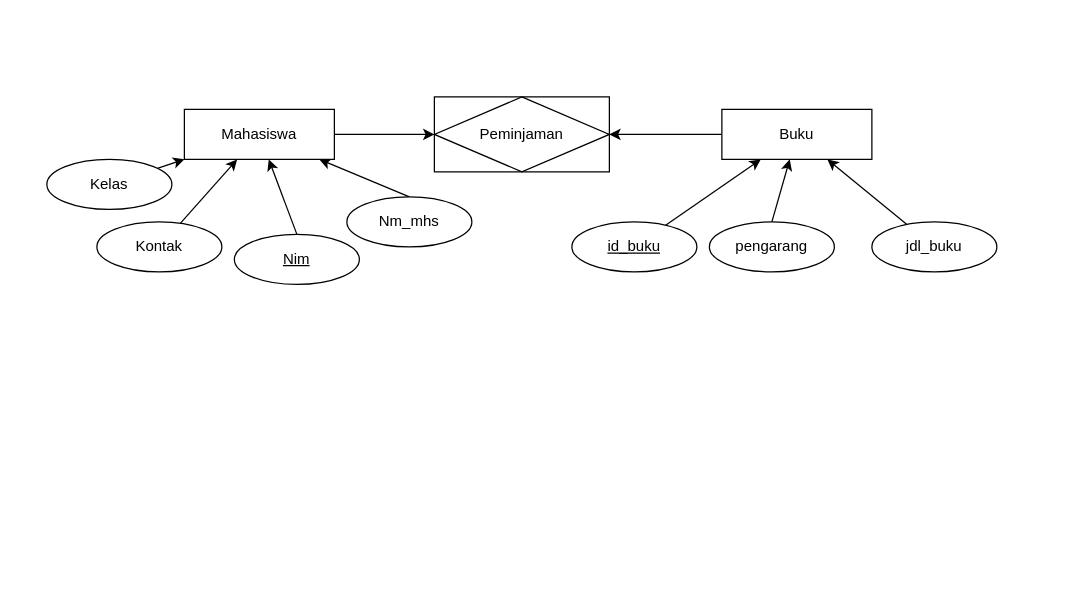
hasbisdqi/manajemen-basis-data keeps this draw.io diagram as MBD-1.drawio. Above is the earlier version. Source tidied: cells renumbered, new cells numbered last; positions are measured from the earlier drawing's top-left corner, leaving out a move shared by most shapes. Both pictures are drawn from the tidied source at 125%, with x=0, y=0 at pixel (46, 96).
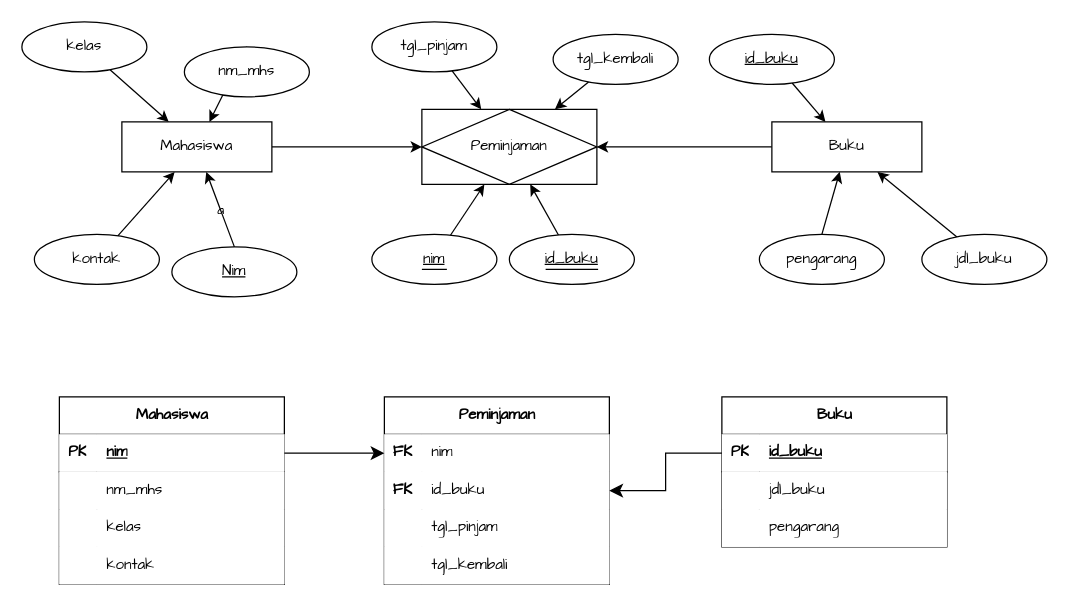
The same page after the edit.

Change to the diagram source:
```diff
@@
-    <mxCell id="2" style="rounded=0;jettySize=auto;html=1;entryX=0.5;entryY=0;entryDx=0;entryDy=0;endArrow=none;endFill=0;startArrow=classic;startFill=1;" parent="1" edge="1" source="6" target="7">
+    <mxCell id="2" value="a" style="rounded=0;jettySize=auto;html=1;entryX=0.5;entryY=0;entryDx=0;entryDy=0;endArrow=none;endFill=0;startArrow=classic;startFill=1;labelBackgroundColor=none;fontColor=default;fontFamily=Architects Daughter;shadow=0;" parent="1" edge="1" source="6" target="7">
       <mxGeometry relative="1" as="geometry" />
     </mxCell>
-    <mxCell id="3" style="rounded=0;jettySize=auto;html=1;entryX=0.5;entryY=0;entryDx=0;entryDy=0;endArrow=none;endFill=0;startArrow=classic;startFill=1;" parent="1" edge="1" source="6" target="8">
+    <mxCell id="3" style="rounded=0;jettySize=auto;html=1;entryX=0.5;entryY=0;entryDx=0;entryDy=0;endArrow=none;endFill=0;startArrow=classic;startFill=1;labelBackgroundColor=none;fontColor=default;fontFamily=Architects Daughter;shadow=0;" parent="1" edge="1" source="6" target="8">
       <mxGeometry relative="1" as="geometry" />
     </mxCell>
-    <mxCell id="4" style="rounded=0;jettySize=auto;html=1;endArrow=none;endFill=0;startArrow=classic;startFill=1;" parent="1" edge="1" source="6" target="9">
+    <mxCell id="4" style="rounded=0;jettySize=auto;html=1;endArrow=none;endFill=0;startArrow=classic;startFill=1;labelBackgroundColor=none;fontColor=default;fontFamily=Architects Daughter;shadow=0;" parent="1" edge="1" source="6" target="9">
       <mxGeometry relative="1" as="geometry" />
     </mxCell>
-    <mxCell id="5" style="edgeStyle=orthogonalEdgeStyle;rounded=0;jettySize=auto;html=1;" parent="1" edge="1" source="6" target="20">
+    <mxCell id="5" style="edgeStyle=orthogonalEdgeStyle;rounded=0;jettySize=auto;html=1;labelBackgroundColor=none;fontColor=default;fontFamily=Architects Daughter;shadow=0;" parent="1" edge="1" source="6" target="20">
       <mxGeometry relative="1" as="geometry" />
     </mxCell>
-    <mxCell id="6" value="Mahasiswa" style="whiteSpace=wrap;html=1;align=center;" parent="1" vertex="1">
-      <mxGeometry x="110" y="10" width="120" height="40" as="geometry" />
+    <mxCell id="6" value="Mahasiswa" style="whiteSpace=wrap;html=1;align=center;rounded=0;labelBackgroundColor=none;fontFamily=Architects Daughter;shadow=0;" parent="1" vertex="1">
+      <mxGeometry x="60" y="20" width="120" height="40" as="geometry" />
     </mxCell>
-    <mxCell id="7" value="&lt;u&gt;Nim&lt;/u&gt;" style="ellipse;whiteSpace=wrap;html=1;align=center;" parent="1" vertex="1">
-      <mxGeometry x="150" y="110" width="100" height="40" as="geometry" />
+    <mxCell id="7" value="&lt;u&gt;Nim&lt;/u&gt;" style="ellipse;whiteSpace=wrap;html=1;align=center;rounded=0;labelBackgroundColor=none;fontFamily=Architects Daughter;shadow=0;" parent="1" vertex="1">
+      <mxGeometry x="100" y="120" width="100" height="40" as="geometry" />
     </mxCell>
-    <mxCell id="8" value="Nm_mhs" style="ellipse;whiteSpace=wrap;html=1;align=center;" parent="1" vertex="1">
-      <mxGeometry x="240" y="80" width="100" height="40" as="geometry" />
+    <mxCell id="8" value="nm_mhs" style="ellipse;whiteSpace=wrap;html=1;align=center;rounded=0;labelBackgroundColor=none;fontFamily=Architects Daughter;shadow=0;" parent="1" vertex="1">
+      <mxGeometry x="110" y="-40" width="100" height="40" as="geometry" />
     </mxCell>
-    <mxCell id="9" value="Kontak" style="ellipse;whiteSpace=wrap;html=1;align=center;" parent="1" vertex="1">
-      <mxGeometry x="40" y="100" width="100" height="40" as="geometry" />
+    <mxCell id="9" value="kontak" style="ellipse;whiteSpace=wrap;html=1;align=center;rounded=0;labelBackgroundColor=none;fontFamily=Architects Daughter;shadow=0;" parent="1" vertex="1">
+      <mxGeometry x="-10" y="110" width="100" height="40" as="geometry" />
     </mxCell>
-    <mxCell id="10" style="rounded=0;jettySize=auto;html=1;endArrow=none;endFill=0;startArrow=classic;startFill=1;" parent="1" edge="1" source="6" target="11">
+    <mxCell id="10" style="rounded=0;jettySize=auto;html=1;endArrow=none;endFill=0;startArrow=classic;startFill=1;labelBackgroundColor=none;fontColor=default;fontFamily=Architects Daughter;shadow=0;" parent="1" edge="1" source="6" target="11">
       <mxGeometry relative="1" as="geometry" />
     </mxCell>
-    <mxCell id="11" value="Kelas" style="ellipse;whiteSpace=wrap;html=1;align=center;" parent="1" vertex="1">
-      <mxGeometry y="50" width="100" height="40" as="geometry" />
+    <mxCell id="11" value="kelas" style="ellipse;whiteSpace=wrap;html=1;align=center;rounded=0;labelBackgroundColor=none;fontFamily=Architects Daughter;shadow=0;" parent="1" vertex="1">
+      <mxGeometry x="-20" y="-60" width="100" height="40" as="geometry" />
     </mxCell>
-    <mxCell id="12" style="rounded=0;jettySize=auto;html=1;entryX=0.5;entryY=0;entryDx=0;entryDy=0;endArrow=none;endFill=0;startArrow=classic;startFill=1;" parent="1" edge="1" source="15" target="16">
+    <mxCell id="12" style="rounded=0;jettySize=auto;html=1;entryX=0.5;entryY=0;entryDx=0;entryDy=0;endArrow=none;endFill=0;startArrow=classic;startFill=1;labelBackgroundColor=none;fontColor=default;fontFamily=Architects Daughter;shadow=0;" parent="1" edge="1" source="15" target="16">
       <mxGeometry relative="1" as="geometry" />
     </mxCell>
-    <mxCell id="13" style="rounded=0;jettySize=auto;html=1;endArrow=none;endFill=0;startArrow=classic;startFill=1;" parent="1" edge="1" source="15" target="17">
+    <mxCell id="13" style="rounded=0;jettySize=auto;html=1;endArrow=none;endFill=0;startArrow=classic;startFill=1;labelBackgroundColor=none;fontColor=default;fontFamily=Architects Daughter;shadow=0;" parent="1" edge="1" source="15" target="17">
       <mxGeometry relative="1" as="geometry" />
     </mxCell>
-    <mxCell id="14" style="edgeStyle=orthogonalEdgeStyle;rounded=0;jettySize=auto;html=1;" parent="1" edge="1" source="15" target="20">
+    <mxCell id="14" style="edgeStyle=orthogonalEdgeStyle;rounded=0;jettySize=auto;html=1;labelBackgroundColor=none;fontColor=default;fontFamily=Architects Daughter;shadow=0;" parent="1" edge="1" source="15" target="20">
       <mxGeometry relative="1" as="geometry" />
     </mxCell>
-    <mxCell id="15" value="Buku" style="whiteSpace=wrap;html=1;align=center;" parent="1" vertex="1">
-      <mxGeometry x="540" y="10" width="120" height="40" as="geometry" />
+    <mxCell id="15" value="Buku" style="whiteSpace=wrap;html=1;align=center;rounded=0;labelBackgroundColor=none;fontFamily=Architects Daughter;shadow=0;" parent="1" vertex="1">
+      <mxGeometry x="580" y="20" width="120" height="40" as="geometry" />
     </mxCell>
-    <mxCell id="16" value="pengarang" style="ellipse;whiteSpace=wrap;html=1;align=center;" parent="1" vertex="1">
-      <mxGeometry x="530" y="100" width="100" height="40" as="geometry" />
+    <mxCell id="16" value="pengarang" style="ellipse;whiteSpace=wrap;html=1;align=center;rounded=0;labelBackgroundColor=none;fontFamily=Architects Daughter;shadow=0;" parent="1" vertex="1">
+      <mxGeometry x="570" y="110" width="100" height="40" as="geometry" />
     </mxCell>
-    <mxCell id="17" value="jdl_buku" style="ellipse;whiteSpace=wrap;html=1;align=center;" parent="1" vertex="1">
-      <mxGeometry x="660" y="100" width="100" height="40" as="geometry" />
+    <mxCell id="17" value="jdl_buku" style="ellipse;whiteSpace=wrap;html=1;align=center;rounded=0;labelBackgroundColor=none;fontFamily=Architects Daughter;shadow=0;" parent="1" vertex="1">
+      <mxGeometry x="700" y="110" width="100" height="40" as="geometry" />
     </mxCell>
-    <mxCell id="18" style="rounded=0;jettySize=auto;html=1;endArrow=none;endFill=0;startArrow=classic;startFill=1;" parent="1" edge="1" source="15" target="19">
+    <mxCell id="18" style="rounded=0;jettySize=auto;html=1;endArrow=none;endFill=0;startArrow=classic;startFill=1;labelBackgroundColor=none;fontColor=default;fontFamily=Architects Daughter;shadow=0;" parent="1" edge="1" source="15" target="19">
       <mxGeometry relative="1" as="geometry" />
     </mxCell>
-    <mxCell id="19" value="&lt;u&gt;id_buku&lt;/u&gt;" style="ellipse;whiteSpace=wrap;html=1;align=center;" parent="1" vertex="1">
-      <mxGeometry x="420" y="100" width="100" height="40" as="geometry" />
+    <mxCell id="19" value="&lt;u&gt;id_buku&lt;/u&gt;" style="ellipse;whiteSpace=wrap;html=1;align=center;rounded=0;labelBackgroundColor=none;fontFamily=Architects Daughter;shadow=0;" parent="1" vertex="1">
+      <mxGeometry x="530" y="-50" width="100" height="40" as="geometry" />
     </mxCell>
-    <mxCell id="20" value="Peminjaman" style="shape=associativeEntity;whiteSpace=wrap;html=1;align=center;" parent="1" vertex="1">
-      <mxGeometry x="310" width="140" height="60" as="geometry" />
+    <mxCell id="20" value="Peminjaman" style="shape=associativeEntity;whiteSpace=wrap;html=1;align=center;rounded=0;labelBackgroundColor=none;fontFamily=Architects Daughter;shadow=0;" parent="1" vertex="1">
+      <mxGeometry x="300" y="10" width="140" height="60" as="geometry" />
     </mxCell>
+    <mxCell id="21" style="rounded=0;jettySize=auto;html=1;labelBackgroundColor=none;fontColor=default;fontFamily=Architects Daughter;shadow=0;" parent="1" edge="1" source="22" target="20">
+      <mxGeometry relative="1" as="geometry" />
+    </mxCell>
+    <mxCell id="22" value="&lt;u&gt;nim&lt;/u&gt;" style="ellipse;whiteSpace=wrap;html=1;align=center;rounded=0;labelBackgroundColor=none;fontFamily=Architects Daughter;shadow=0;" parent="1" vertex="1">
+      <mxGeometry x="260" y="110" width="100" height="40" as="geometry" />
+    </mxCell>
+    <mxCell id="23" style="rounded=0;jettySize=auto;html=1;labelBackgroundColor=none;fontColor=default;fontFamily=Architects Daughter;shadow=0;" parent="1" edge="1" source="24" target="20">
+      <mxGeometry relative="1" as="geometry" />
+    </mxCell>
+    <mxCell id="24" value="&lt;u&gt;id_buku&lt;/u&gt;" style="ellipse;whiteSpace=wrap;html=1;align=center;rounded=0;labelBackgroundColor=none;fontFamily=Architects Daughter;shadow=0;" parent="1" vertex="1">
+      <mxGeometry x="370" y="110" width="100" height="40" as="geometry" />
+    </mxCell>
+    <mxCell id="25" style="endArrow=none;html=1;rounded=0;labelBackgroundColor=none;fontColor=default;fontFamily=Architects Daughter;shadow=0;" parent="1" edge="1">
+      <mxGeometry relative="1" as="geometry">
+        <mxPoint x="300" y="138" as="sourcePoint" />
+        <mxPoint x="320" y="138" as="targetPoint" />
+      </mxGeometry>
+    </mxCell>
+    <mxCell id="26" style="endArrow=none;html=1;rounded=0;labelBackgroundColor=none;fontColor=default;fontFamily=Architects Daughter;shadow=0;" parent="1" edge="1">
+      <mxGeometry relative="1" as="geometry">
+        <mxPoint x="399" y="138" as="sourcePoint" />
+        <mxPoint x="441" y="138" as="targetPoint" />
+      </mxGeometry>
+    </mxCell>
+    <mxCell id="27" style="rounded=0;jettySize=auto;html=1;labelBackgroundColor=none;fontColor=default;fontFamily=Architects Daughter;shadow=0;" parent="1" edge="1" source="28" target="20">
+      <mxGeometry relative="1" as="geometry" />
+    </mxCell>
+    <mxCell id="28" value="tgl_pinjam" style="ellipse;whiteSpace=wrap;html=1;align=center;rounded=0;labelBackgroundColor=none;fontFamily=Architects Daughter;shadow=0;" parent="1" vertex="1">
+      <mxGeometry x="260" y="-60" width="100" height="40" as="geometry" />
+    </mxCell>
+    <mxCell id="29" style="rounded=0;jettySize=auto;html=1;labelBackgroundColor=none;fontColor=default;fontFamily=Architects Daughter;shadow=0;" parent="1" edge="1" source="30" target="20">
+      <mxGeometry relative="1" as="geometry" />
+    </mxCell>
+    <mxCell id="30" value="tgl_kembali" style="ellipse;whiteSpace=wrap;html=1;align=center;rounded=0;labelBackgroundColor=none;fontFamily=Architects Daughter;shadow=0;" parent="1" vertex="1">
+      <mxGeometry x="405" y="-50" width="100" height="40" as="geometry" />
+    </mxCell>
+    <mxCell id="31" value="Mahasiswa" style="shape=table;startSize=30;childLayout=tableLayout;rowLines=0;fontStyle=1;align=center;html=1;hachureGap=4;fontFamily=Architects Daughter;labelBackgroundColor=none;shadow=0;" parent="1" vertex="1">
+      <mxGeometry x="10" y="240" width="180" height="150" as="geometry" />
+    </mxCell>
+    <mxCell id="32" style="shape=tableRow;horizontal=0;startSize=0;swimlaneHead=0;swimlaneBody=0;points=[[0,0.5],[1,0.5]];portConstraint=eastwest;top=0;left=0;right=0;bottom=1;hachureGap=4;fontFamily=Architects Daughter;labelBackgroundColor=none;shadow=0;" parent="31" vertex="1">
+      <mxGeometry y="30" width="180" height="30" as="geometry" />
+    </mxCell>
+    <mxCell id="33" value="PK" style="shape=partialRectangle;top=0;left=0;bottom=0;right=0;fontStyle=1;overflow=hidden;whiteSpace=wrap;html=1;hachureGap=4;fontFamily=Architects Daughter;labelBackgroundColor=none;shadow=0;" parent="32" vertex="1">
+      <mxGeometry width="30" height="30" as="geometry" />
+    </mxCell>
+    <mxCell id="34" value="nim" style="shape=partialRectangle;top=0;left=0;bottom=0;right=0;align=left;spacingLeft=6;fontStyle=5;overflow=hidden;whiteSpace=wrap;html=1;hachureGap=4;fontFamily=Architects Daughter;labelBackgroundColor=none;shadow=0;" parent="32" vertex="1">
+      <mxGeometry x="30" width="150" height="30" as="geometry" />
+    </mxCell>
+    <mxCell id="35" style="shape=tableRow;horizontal=0;startSize=0;swimlaneHead=0;swimlaneBody=0;top=0;left=0;right=0;bottom=0;hachureGap=4;fontFamily=Architects Daughter;labelBackgroundColor=none;shadow=0;" parent="31" vertex="1">
+      <mxGeometry y="60" width="180" height="30" as="geometry" />
+    </mxCell>
+    <mxCell id="36" style="shape=partialRectangle;top=0;left=0;bottom=0;right=0;overflow=hidden;whiteSpace=wrap;html=1;hachureGap=4;fontFamily=Architects Daughter;labelBackgroundColor=none;shadow=0;" parent="35" vertex="1">
+      <mxGeometry width="30" height="30" as="geometry" />
+    </mxCell>
+    <mxCell id="37" value="nm_mhs" style="shape=partialRectangle;top=0;left=0;bottom=0;right=0;align=left;spacingLeft=6;overflow=hidden;whiteSpace=wrap;html=1;hachureGap=4;fontFamily=Architects Daughter;labelBackgroundColor=none;shadow=0;" parent="35" vertex="1">
+      <mxGeometry x="30" width="150" height="30" as="geometry" />
+    </mxCell>
+    <mxCell id="38" style="shape=tableRow;horizontal=0;startSize=0;swimlaneHead=0;swimlaneBody=0;top=0;left=0;right=0;bottom=0;hachureGap=4;fontFamily=Architects Daughter;labelBackgroundColor=none;shadow=0;" parent="31" vertex="1">
+      <mxGeometry y="90" width="180" height="30" as="geometry" />
+    </mxCell>
+    <mxCell id="39" style="shape=partialRectangle;top=0;left=0;bottom=0;right=0;overflow=hidden;whiteSpace=wrap;html=1;hachureGap=4;fontFamily=Architects Daughter;labelBackgroundColor=none;shadow=0;" parent="38" vertex="1">
+      <mxGeometry width="30" height="30" as="geometry" />
+    </mxCell>
+    <mxCell id="40" value="kelas" style="shape=partialRectangle;top=0;left=0;bottom=0;right=0;align=left;spacingLeft=6;overflow=hidden;whiteSpace=wrap;html=1;hachureGap=4;fontFamily=Architects Daughter;labelBackgroundColor=none;shadow=0;" parent="38" vertex="1">
+      <mxGeometry x="30" width="150" height="30" as="geometry" />
+    </mxCell>
+    <mxCell id="41" style="shape=tableRow;horizontal=0;startSize=0;swimlaneHead=0;swimlaneBody=0;top=0;left=0;right=0;bottom=0;hachureGap=4;fontFamily=Architects Daughter;labelBackgroundColor=none;shadow=0;" parent="31" vertex="1">
+      <mxGeometry y="120" width="180" height="30" as="geometry" />
+    </mxCell>
+    <mxCell id="42" style="shape=partialRectangle;top=0;left=0;bottom=0;right=0;overflow=hidden;whiteSpace=wrap;html=1;hachureGap=4;fontFamily=Architects Daughter;labelBackgroundColor=none;shadow=0;" parent="41" vertex="1">
+      <mxGeometry width="30" height="30" as="geometry" />
+    </mxCell>
+    <mxCell id="43" value="kontak" style="shape=partialRectangle;top=0;left=0;bottom=0;right=0;align=left;spacingLeft=6;overflow=hidden;whiteSpace=wrap;html=1;hachureGap=4;fontFamily=Architects Daughter;labelBackgroundColor=none;shadow=0;" parent="41" vertex="1">
+      <mxGeometry x="30" width="150" height="30" as="geometry" />
+    </mxCell>
+    <mxCell id="44" value="Peminjaman" style="shape=table;startSize=30;childLayout=tableLayout;rowLines=0;fontStyle=1;align=center;html=1;hachureGap=4;fontFamily=Architects Daughter;labelBackgroundColor=none;shadow=0;" parent="1" vertex="1">
+      <mxGeometry x="270" y="240" width="180" height="150" as="geometry" />
+    </mxCell>
+    <mxCell id="45" style="shape=tableRow;horizontal=0;startSize=0;swimlaneHead=0;swimlaneBody=0;points=[[0,0.5],[1,0.5]];portConstraint=eastwest;top=0;left=0;right=0;bottom=0;hachureGap=4;fontFamily=Architects Daughter;labelBackgroundColor=none;shadow=0;" parent="44" vertex="1">
+      <mxGeometry y="30" width="180" height="30" as="geometry" />
+    </mxCell>
+    <mxCell id="46" value="&lt;b&gt;FK&lt;/b&gt;" style="shape=partialRectangle;top=0;left=0;bottom=0;right=0;overflow=hidden;whiteSpace=wrap;html=1;hachureGap=4;fontFamily=Architects Daughter;labelBackgroundColor=none;shadow=0;" parent="45" vertex="1">
+      <mxGeometry width="30" height="30" as="geometry" />
+    </mxCell>
+    <mxCell id="47" value="nim" style="shape=partialRectangle;top=0;left=0;bottom=0;right=0;align=left;spacingLeft=6;overflow=hidden;whiteSpace=wrap;html=1;hachureGap=4;fontFamily=Architects Daughter;labelBackgroundColor=none;shadow=0;" parent="45" vertex="1">
+      <mxGeometry x="30" width="150" height="30" as="geometry" />
+    </mxCell>
+    <mxCell id="48" style="shape=tableRow;horizontal=0;startSize=0;swimlaneHead=0;swimlaneBody=0;points=[[0,0.5],[1,0.5]];portConstraint=eastwest;top=0;left=0;right=0;bottom=0;hachureGap=4;fontFamily=Architects Daughter;labelBackgroundColor=none;shadow=0;" parent="44" vertex="1">
+      <mxGeometry y="60" width="180" height="30" as="geometry" />
+    </mxCell>
+    <mxCell id="49" value="&lt;b&gt;FK&lt;/b&gt;" style="shape=partialRectangle;top=0;left=0;bottom=0;right=0;overflow=hidden;whiteSpace=wrap;html=1;hachureGap=4;fontFamily=Architects Daughter;labelBackgroundColor=none;shadow=0;" parent="48" vertex="1">
+      <mxGeometry width="30" height="30" as="geometry" />
+    </mxCell>
+    <mxCell id="50" value="id_buku" style="shape=partialRectangle;top=0;left=0;bottom=0;right=0;align=left;spacingLeft=6;overflow=hidden;whiteSpace=wrap;html=1;hachureGap=4;fontFamily=Architects Daughter;labelBackgroundColor=none;shadow=0;" parent="48" vertex="1">
+      <mxGeometry x="30" width="150" height="30" as="geometry" />
+    </mxCell>
+    <mxCell id="51" style="shape=tableRow;horizontal=0;startSize=0;swimlaneHead=0;swimlaneBody=0;top=0;left=0;right=0;bottom=0;hachureGap=4;fontFamily=Architects Daughter;labelBackgroundColor=none;shadow=0;" parent="44" vertex="1">
+      <mxGeometry y="90" width="180" height="30" as="geometry" />
+    </mxCell>
+    <mxCell id="52" style="shape=partialRectangle;top=0;left=0;bottom=0;right=0;overflow=hidden;whiteSpace=wrap;html=1;hachureGap=4;fontFamily=Architects Daughter;labelBackgroundColor=none;shadow=0;" parent="51" vertex="1">
+      <mxGeometry width="30" height="30" as="geometry" />
+    </mxCell>
+    <mxCell id="53" value="tgl_pinjam" style="shape=partialRectangle;top=0;left=0;bottom=0;right=0;align=left;spacingLeft=6;overflow=hidden;whiteSpace=wrap;html=1;hachureGap=4;fontFamily=Architects Daughter;labelBackgroundColor=none;shadow=0;" parent="51" vertex="1">
+      <mxGeometry x="30" width="150" height="30" as="geometry" />
+    </mxCell>
+    <mxCell id="54" style="shape=tableRow;horizontal=0;startSize=0;swimlaneHead=0;swimlaneBody=0;top=0;left=0;right=0;bottom=0;hachureGap=4;fontFamily=Architects Daughter;labelBackgroundColor=none;shadow=0;" parent="44" vertex="1">
+      <mxGeometry y="120" width="180" height="30" as="geometry" />
+    </mxCell>
+    <mxCell id="55" style="shape=partialRectangle;top=0;left=0;bottom=0;right=0;overflow=hidden;whiteSpace=wrap;html=1;hachureGap=4;fontFamily=Architects Daughter;labelBackgroundColor=none;shadow=0;" parent="54" vertex="1">
+      <mxGeometry width="30" height="30" as="geometry" />
+    </mxCell>
+    <mxCell id="56" value="tgl_kembali" style="shape=partialRectangle;top=0;left=0;bottom=0;right=0;align=left;spacingLeft=6;overflow=hidden;whiteSpace=wrap;html=1;hachureGap=4;fontFamily=Architects Daughter;labelBackgroundColor=none;shadow=0;" parent="54" vertex="1">
+      <mxGeometry x="30" width="150" height="30" as="geometry" />
+    </mxCell>
+    <mxCell id="57" value="Buku" style="shape=table;startSize=30;childLayout=tableLayout;rowLines=0;fontStyle=1;align=center;html=1;hachureGap=4;fontFamily=Architects Daughter;labelBackgroundColor=none;shadow=0;" parent="1" vertex="1">
+      <mxGeometry x="540" y="240" width="180" height="120" as="geometry" />
+    </mxCell>
+    <mxCell id="58" style="shape=tableRow;horizontal=0;startSize=0;swimlaneHead=0;swimlaneBody=0;points=[[0,0.5],[1,0.5]];portConstraint=eastwest;top=0;left=0;right=0;bottom=1;hachureGap=4;fontFamily=Architects Daughter;labelBackgroundColor=none;shadow=0;" parent="57" vertex="1">
+      <mxGeometry y="30" width="180" height="30" as="geometry" />
+    </mxCell>
+    <mxCell id="59" value="PK" style="shape=partialRectangle;top=0;left=0;bottom=0;right=0;fontStyle=1;overflow=hidden;whiteSpace=wrap;html=1;hachureGap=4;fontFamily=Architects Daughter;labelBackgroundColor=none;shadow=0;" parent="58" vertex="1">
+      <mxGeometry width="30" height="30" as="geometry" />
+    </mxCell>
+    <mxCell id="60" value="id_buku" style="shape=partialRectangle;top=0;left=0;bottom=0;right=0;align=left;spacingLeft=6;fontStyle=5;overflow=hidden;whiteSpace=wrap;html=1;hachureGap=4;fontFamily=Architects Daughter;labelBackgroundColor=none;shadow=0;" parent="58" vertex="1">
+      <mxGeometry x="30" width="150" height="30" as="geometry" />
+    </mxCell>
+    <mxCell id="61" style="shape=tableRow;horizontal=0;startSize=0;swimlaneHead=0;swimlaneBody=0;top=0;left=0;right=0;bottom=0;hachureGap=4;fontFamily=Architects Daughter;labelBackgroundColor=none;shadow=0;" parent="57" vertex="1">
+      <mxGeometry y="60" width="180" height="30" as="geometry" />
+    </mxCell>
+    <mxCell id="62" style="shape=partialRectangle;top=0;left=0;bottom=0;right=0;overflow=hidden;whiteSpace=wrap;html=1;hachureGap=4;fontFamily=Architects Daughter;labelBackgroundColor=none;shadow=0;" parent="61" vertex="1">
+      <mxGeometry width="30" height="30" as="geometry" />
+    </mxCell>
+    <mxCell id="63" value="jdl_buku" style="shape=partialRectangle;top=0;left=0;bottom=0;right=0;align=left;spacingLeft=6;overflow=hidden;whiteSpace=wrap;html=1;hachureGap=4;fontFamily=Architects Daughter;labelBackgroundColor=none;shadow=0;" parent="61" vertex="1">
+      <mxGeometry x="30" width="150" height="30" as="geometry" />
+    </mxCell>
+    <mxCell id="64" style="shape=tableRow;horizontal=0;startSize=0;swimlaneHead=0;swimlaneBody=0;top=0;left=0;right=0;bottom=0;hachureGap=4;fontFamily=Architects Daughter;labelBackgroundColor=none;shadow=0;" parent="57" vertex="1">
+      <mxGeometry y="90" width="180" height="30" as="geometry" />
+    </mxCell>
+    <mxCell id="65" style="shape=partialRectangle;top=0;left=0;bottom=0;right=0;overflow=hidden;whiteSpace=wrap;html=1;hachureGap=4;fontFamily=Architects Daughter;labelBackgroundColor=none;shadow=0;" parent="64" vertex="1">
+      <mxGeometry width="30" height="30" as="geometry" />
+    </mxCell>
+    <mxCell id="66" value="pengarang" style="shape=partialRectangle;top=0;left=0;bottom=0;right=0;align=left;spacingLeft=6;overflow=hidden;whiteSpace=wrap;html=1;hachureGap=4;fontFamily=Architects Daughter;labelBackgroundColor=none;shadow=0;" parent="64" vertex="1">
+      <mxGeometry x="30" width="150" height="30" as="geometry" />
+    </mxCell>
+    <mxCell id="67" style="edgeStyle=orthogonalEdgeStyle;rounded=0;jettySize=auto;html=1;fontSize=12;startSize=8;endSize=8;labelBackgroundColor=none;fontColor=default;shadow=0;" parent="1" edge="1" source="58" target="48">
+      <mxGeometry relative="1" as="geometry" />
+    </mxCell>
+    <mxCell id="68" style="edgeStyle=none;curved=1;rounded=0;hachureGap=4;jettySize=auto;html=1;fontFamily=Architects Daughter;fontSize=12;startSize=8;endSize=8;labelBackgroundColor=none;fontColor=default;shadow=0;" parent="1" edge="1" source="32" target="45">
+      <mxGeometry relative="1" as="geometry" />
+    </mxCell>
```
